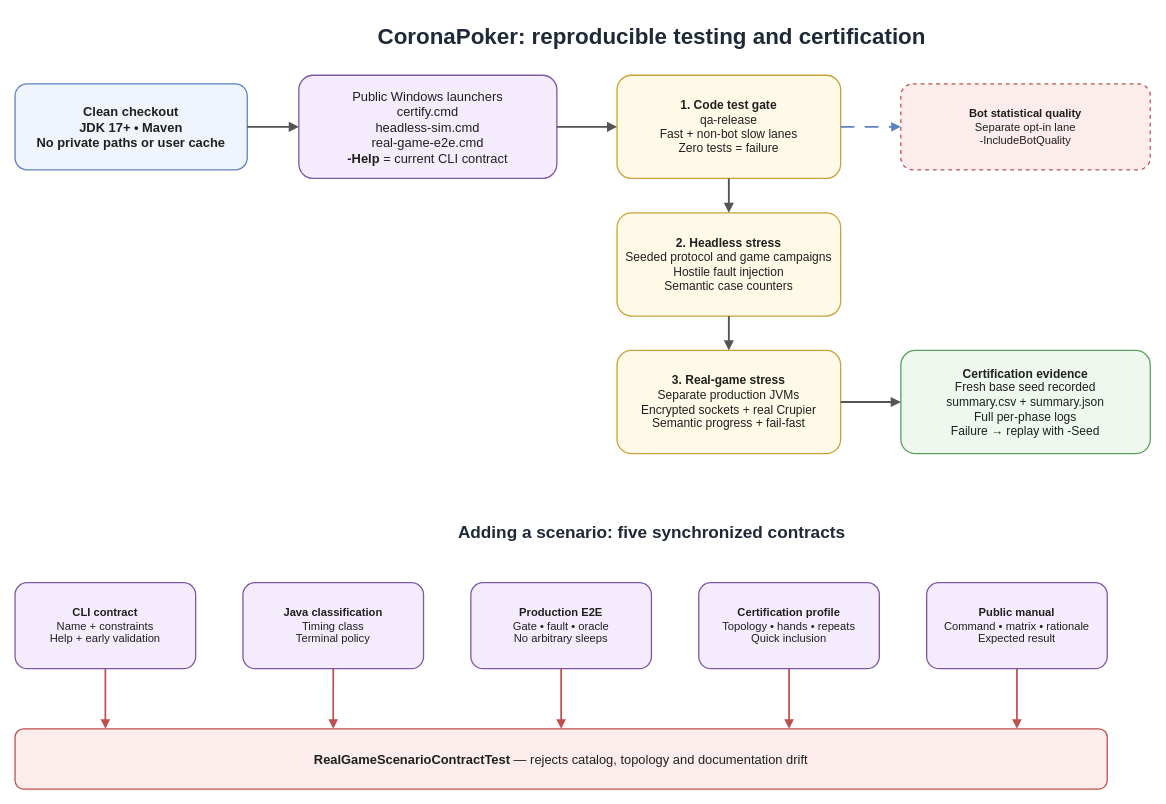
tonikelope/coronapoker keeps this draw.io diagram as docs/diagrams/testing-certification-flow.drawio. Above is the earlier version. Source tidied: cells renumbered, new cells numbered last; positions are measured from the earlier drawing's top-left corner, leaving out a move shared by most shapes. Both pictures are drawn from the tidied source at 86%, with x=0, y=0 at pixel (15, 15).
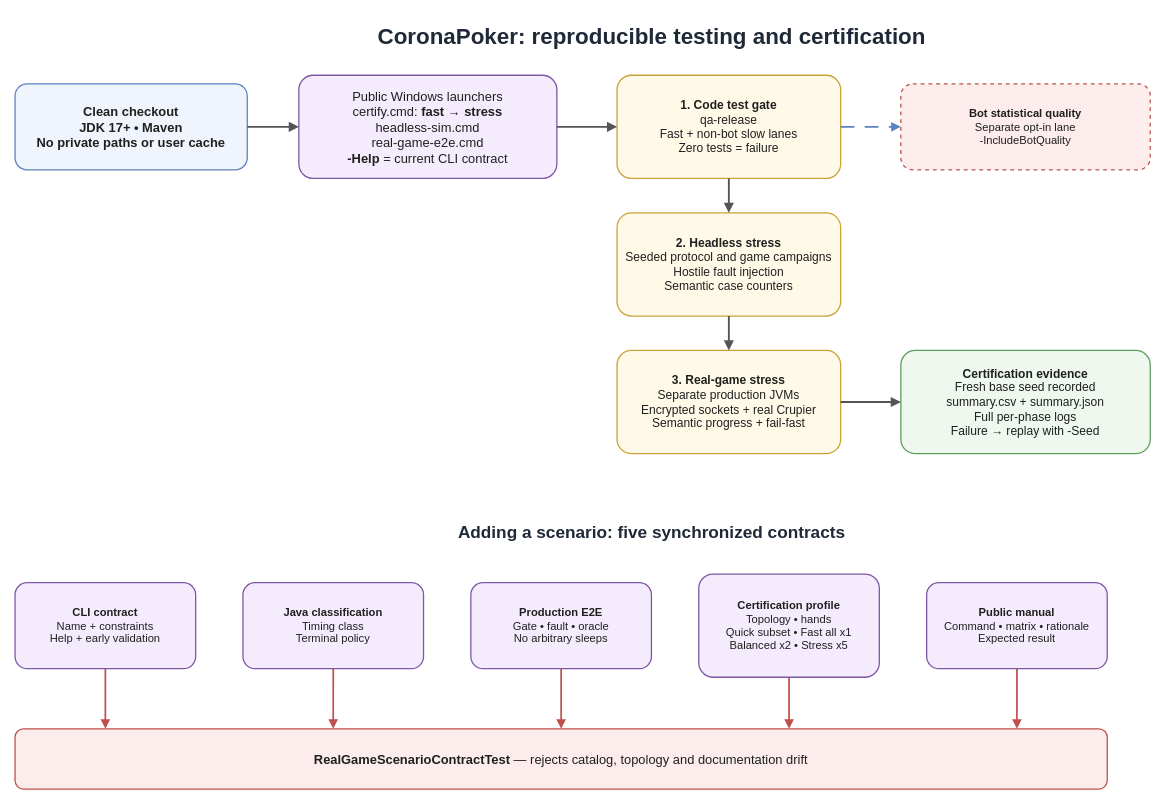
Above is the later version.

Commit message (it also covers changes not shown here):
test(qa): add full-matrix fast certification

Diff of the diagram source:
```diff
@@
-    <mxCell id="4" value="Public Windows launchers&#10;certify.cmd&#10;headless-sim.cmd&#10;real-game-e2e.cmd&#10;&lt;b&gt;-Help&lt;/b&gt; = current CLI contract" style="rounded=1;arcSize=14;whiteSpace=wrap;html=1;fillColor=#F4ECFC;strokeColor=#7E57A6;strokeWidth=1.5;fontColor=#1f1f1f;fontSize=15;" parent="1" vertex="1">
+    <mxCell id="4" value="Public Windows launchers&#10;certify.cmd: &lt;b&gt;fast → stress&lt;/b&gt;&#10;headless-sim.cmd&#10;real-game-e2e.cmd&#10;&lt;b&gt;-Help&lt;/b&gt; = current CLI contract" style="rounded=1;arcSize=14;whiteSpace=wrap;html=1;fillColor=#F4ECFC;strokeColor=#7E57A6;strokeWidth=1.5;fontColor=#1f1f1f;fontSize=15;" parent="1" vertex="1">
       <mxGeometry x="330" y="70" width="300" height="120" as="geometry" />
     </mxCell>
@@
-    <mxCell id="14" value="&lt;b&gt;Certification profile&lt;/b&gt;&#10;Topology • hands • repeats&#10;Quick inclusion" style="rounded=1;arcSize=14;whiteSpace=wrap;html=1;fillColor=#F4ECFC;strokeColor=#7E57A6;strokeWidth=1.5;fontColor=#1f1f1f;fontSize=13;" parent="1" vertex="1">
-      <mxGeometry x="795" y="660" width="210" height="100" as="geometry" />
+    <mxCell id="14" value="&lt;b&gt;Certification profile&lt;/b&gt;&#10;Topology • hands&#10;Quick subset • Fast all x1&#10;Balanced x2 • Stress x5" style="rounded=1;arcSize=14;whiteSpace=wrap;html=1;fillColor=#F4ECFC;strokeColor=#7E57A6;strokeWidth=1.5;fontColor=#1f1f1f;fontSize=13;" parent="1" vertex="1">
+      <mxGeometry x="795" y="650" width="210" height="120" as="geometry" />
     </mxCell>
```
